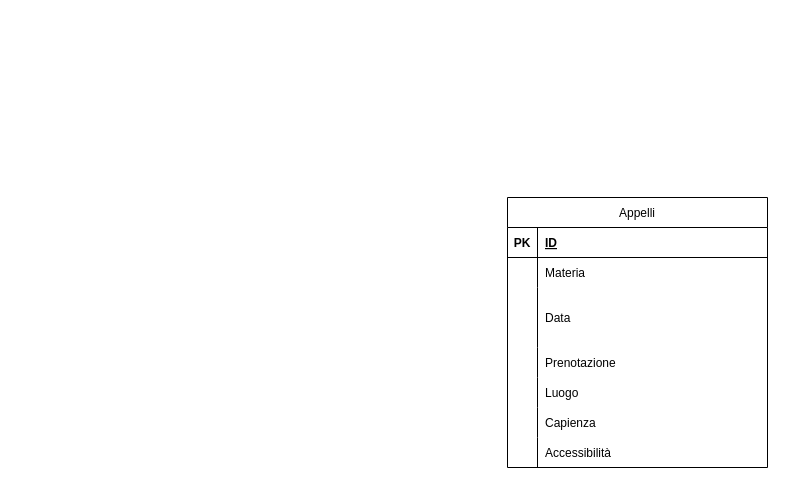
The draw.io diagram db-university.drawio in Nicola-Perera/db-university, before the edit. Source tidied: cells renumbered, new cells numbered last; positions are measured from the earlier drawing's top-left corner, leaving out a move shared by most shapes. Both pictures are drawn from the tidied source at 100%, with x=0, y=0 at pixel (507, 197).
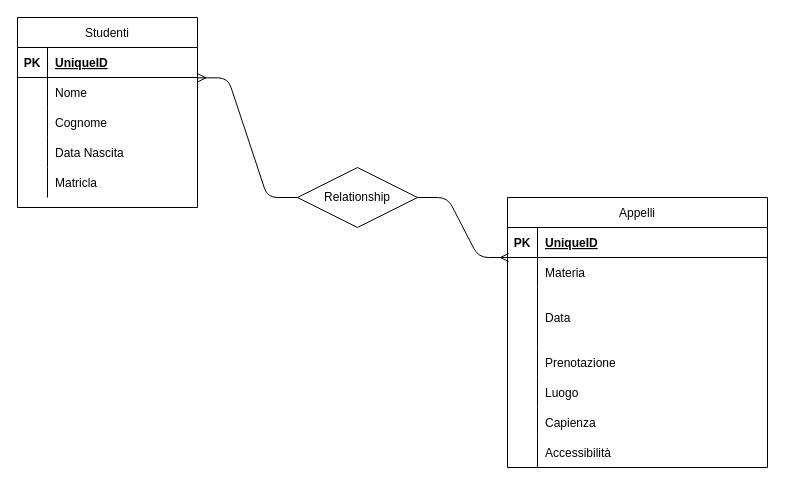
The same page after the edit.

Commit message:
add "studenti" entity

Unchanged cells that the change refers to:
```xml
<mxCell id="3" style="shape=partialRectangle;fillColor=none;top=0;left=0;bottom=1;right=0;" parent="2" vertex="1">
  <mxGeometry y="30" width="260" height="30" as="geometry" />
</mxCell>
<mxCell id="6" style="shape=partialRectangle;fillColor=none;top=0;left=0;bottom=0;right=0;points=[[0,0.5],[1,0.5]];portConstraint=eastwest;" parent="2" vertex="1">
  <mxGeometry y="60" width="260" height="30" as="geometry" />
</mxCell>
```

The edit, as a diff of the source:
```diff
@@
-    <mxCell id="5" value="ID" style="shape=partialRectangle;fillColor=none;top=0;left=0;bottom=0;right=0;align=left;spacingLeft=6;fontStyle=5;overflow=hidden;" parent="3" vertex="1">
+    <mxCell id="5" value="UniqueID" style="shape=partialRectangle;fillColor=none;top=0;left=0;bottom=0;right=0;align=left;spacingLeft=6;fontStyle=5;overflow=hidden;" parent="3" vertex="1">
       <mxGeometry x="30" width="230" height="30" as="geometry" />
     </mxCell>
@@
+    <mxCell id="24" value="Studenti" style="shape=table;startSize=30;childLayout=tableLayout;rowLines=0;fontStyle=0;align=center;" parent="1" vertex="1">
+      <mxGeometry x="-490" y="-180" width="180" height="190" as="geometry" />
+    </mxCell>
+    <mxCell id="25" style="shape=partialRectangle;fillColor=none;top=0;left=0;bottom=1;right=0;" parent="24" vertex="1">
+      <mxGeometry y="30" width="180" height="30" as="geometry" />
+    </mxCell>
+    <mxCell id="26" value="PK" style="shape=partialRectangle;fillColor=none;top=0;left=0;bottom=0;right=0;fontStyle=1;overflow=hidden;" parent="25" vertex="1">
+      <mxGeometry width="30" height="30" as="geometry" />
+    </mxCell>
+    <mxCell id="27" value="UniqueID" style="shape=partialRectangle;fillColor=none;top=0;left=0;bottom=0;right=0;align=left;spacingLeft=6;fontStyle=5;overflow=hidden;" parent="25" vertex="1">
+      <mxGeometry x="30" width="150" height="30" as="geometry" />
+    </mxCell>
+    <mxCell id="28" style="shape=partialRectangle;fillColor=none;top=0;left=0;bottom=0;right=0;points=[[0,0.5],[1,0.5]];portConstraint=eastwest;" parent="24" vertex="1">
+      <mxGeometry y="60" width="180" height="30" as="geometry" />
+    </mxCell>
+    <mxCell id="29" style="shape=partialRectangle;fillColor=none;top=0;left=0;bottom=0;right=0;overflow=hidden;" parent="28" vertex="1">
+      <mxGeometry width="30" height="30" as="geometry" />
+    </mxCell>
+    <mxCell id="30" value="Nome" style="shape=partialRectangle;fillColor=none;top=0;left=0;bottom=0;right=0;align=left;spacingLeft=6;overflow=hidden;" parent="28" vertex="1">
+      <mxGeometry x="30" width="150" height="30" as="geometry" />
+    </mxCell>
+    <mxCell id="31" style="shape=partialRectangle;fillColor=none;top=0;left=0;bottom=0;right=0;" parent="24" vertex="1">
+      <mxGeometry y="90" width="180" height="30" as="geometry" />
+    </mxCell>
+    <mxCell id="32" style="shape=partialRectangle;fillColor=none;top=0;left=0;bottom=0;right=0;overflow=hidden;" parent="31" vertex="1">
+      <mxGeometry width="30" height="30" as="geometry" />
+    </mxCell>
+    <mxCell id="33" value="Cognome" style="shape=partialRectangle;fillColor=none;top=0;left=0;bottom=0;right=0;align=left;spacingLeft=6;overflow=hidden;" parent="31" vertex="1">
+      <mxGeometry x="30" width="150" height="30" as="geometry" />
+    </mxCell>
+    <mxCell id="34" style="shape=partialRectangle;fillColor=none;top=0;left=0;bottom=0;right=0;" parent="24" vertex="1">
+      <mxGeometry y="120" width="180" height="30" as="geometry" />
+    </mxCell>
+    <mxCell id="35" style="shape=partialRectangle;fillColor=none;top=0;left=0;bottom=0;right=0;overflow=hidden;" parent="34" vertex="1">
+      <mxGeometry width="30" height="30" as="geometry" />
+    </mxCell>
+    <mxCell id="36" value="Data Nascita" style="shape=partialRectangle;fillColor=none;top=0;left=0;bottom=0;right=0;align=left;spacingLeft=6;overflow=hidden;" parent="34" vertex="1">
+      <mxGeometry x="30" width="150" height="30" as="geometry" />
+    </mxCell>
+    <mxCell id="37" style="shape=partialRectangle;fillColor=none;top=0;left=0;bottom=0;right=0;" parent="24" vertex="1">
+      <mxGeometry y="150" width="180" height="30" as="geometry" />
+    </mxCell>
+    <mxCell id="38" style="shape=partialRectangle;fillColor=none;top=0;left=0;bottom=0;right=0;overflow=hidden;" parent="37" vertex="1">
+      <mxGeometry width="30" height="30" as="geometry" />
+    </mxCell>
+    <mxCell id="39" value="Matricla" style="shape=partialRectangle;fillColor=none;top=0;left=0;bottom=0;right=0;align=left;spacingLeft=6;overflow=hidden;" parent="37" vertex="1">
+      <mxGeometry x="30" width="150" height="30" as="geometry" />
+    </mxCell>
+    <mxCell id="40" style="edgeStyle=entityRelationEdgeStyle;fontSize=12;html=1;endArrow=ERmany;startArrow=none;entryX=0.004;entryY=0;entryDx=0;entryDy=0;entryPerimeter=0;" parent="1" edge="1" source="41" target="6">
+      <mxGeometry relative="1" as="geometry" />
+    </mxCell>
+    <mxCell id="41" value="Relationship" style="shape=rhombus;perimeter=rhombusPerimeter;whiteSpace=wrap;html=1;align=center;" parent="1" vertex="1">
+      <mxGeometry x="-210" y="-30" width="120" height="60" as="geometry" />
+    </mxCell>
+    <mxCell id="42" style="edgeStyle=entityRelationEdgeStyle;fontSize=12;html=1;endArrow=none;startArrow=ERmany;entryX=0;entryY=0.5;entryDx=0;entryDy=0;exitX=1.002;exitY=0.011;exitDx=0;exitDy=0;exitPerimeter=0;" parent="1" edge="1" source="28" target="41">
+      <mxGeometry relative="1" as="geometry" />
+    </mxCell>
```
